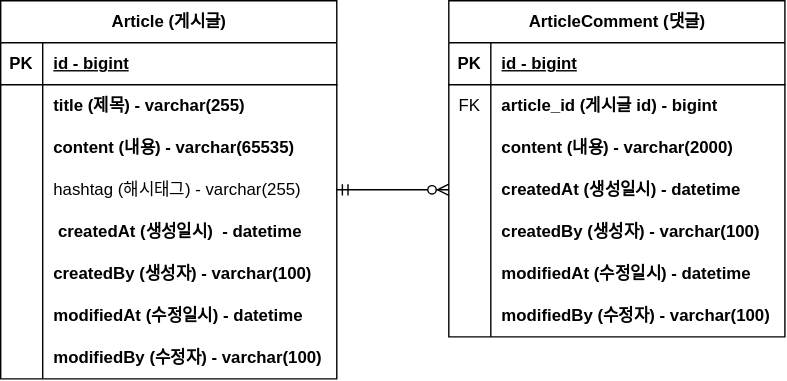
Above: document/board-erd.svg in dev-kjchoi/java-springboot-board (draw.io), before the change. Source tidied: cells renumbered, new cells last; positions are measured from the earlier drawing's top-left corner, leaving out a move shared by most shapes.
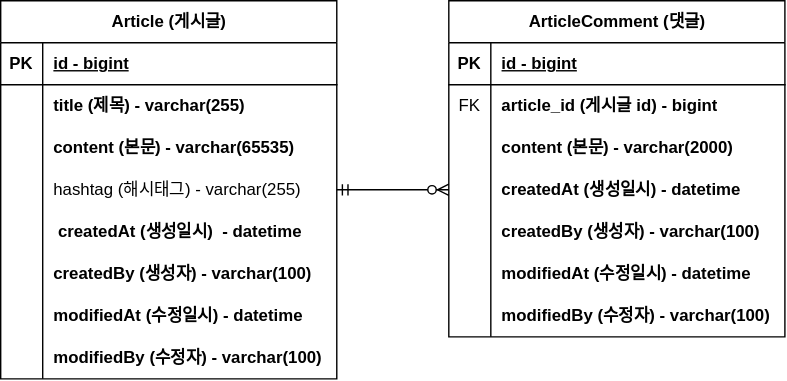
The same diagram one commit later.

Commit message:
#7 - ERD 주석 업데이트: board-erd.svg

Change to the diagram source:
```diff
@@ -29,7 +29,7 @@
     <mxCell id="10" style="shape=partialRectangle;fillColor=none;top=0;left=0;bottom=0;right=0;overflow=hidden;whiteSpace=wrap;html=1;" parent="9" vertex="1">
       <mxGeometry width="30" height="30" as="geometry" />
     </mxCell>
-    <mxCell id="11" value="content (내용) - varchar(65535)" style="shape=partialRectangle;fillColor=none;top=0;left=0;bottom=0;right=0;align=left;spacingLeft=6;overflow=hidden;whiteSpace=wrap;html=1;fontStyle=1;" parent="9" vertex="1">
+    <mxCell id="11" value="content (본문) - varchar(65535)" style="shape=partialRectangle;fillColor=none;top=0;left=0;bottom=0;right=0;align=left;spacingLeft=6;overflow=hidden;whiteSpace=wrap;html=1;fontStyle=1;" parent="9" vertex="1">
       <mxGeometry x="30" width="210" height="30" as="geometry" />
     </mxCell>
     <mxCell id="12" style="shape=tableRow;horizontal=0;startSize=0;swimlaneHead=0;swimlaneBody=0;fillColor=none;points=[[0,0.5],[1,0.5]];portConstraint=eastwest;top=0;left=0;right=0;bottom=0;" parent="2" vertex="1">
@@ -104,7 +104,7 @@
     <mxCell id="35" style="shape=partialRectangle;fillColor=none;top=0;left=0;bottom=0;right=0;overflow=hidden;whiteSpace=wrap;html=1;" parent="34" vertex="1">
       <mxGeometry width="30" height="30" as="geometry" />
     </mxCell>
-    <mxCell id="36" value="content (내용) - varchar(2000)" style="shape=partialRectangle;fillColor=none;top=0;left=0;bottom=0;right=0;align=left;spacingLeft=6;overflow=hidden;whiteSpace=wrap;html=1;fontStyle=1;" parent="34" vertex="1">
+    <mxCell id="36" value="content (본문) - varchar(2000)" style="shape=partialRectangle;fillColor=none;top=0;left=0;bottom=0;right=0;align=left;spacingLeft=6;overflow=hidden;whiteSpace=wrap;html=1;fontStyle=1;" parent="34" vertex="1">
       <mxGeometry x="30" width="210" height="30" as="geometry" />
     </mxCell>
     <mxCell id="37" style="shape=tableRow;horizontal=0;startSize=0;swimlaneHead=0;swimlaneBody=0;fillColor=none;points=[[0,0.5],[1,0.5]];portConstraint=eastwest;top=0;left=0;right=0;bottom=0;" parent="27" vertex="1">
```
